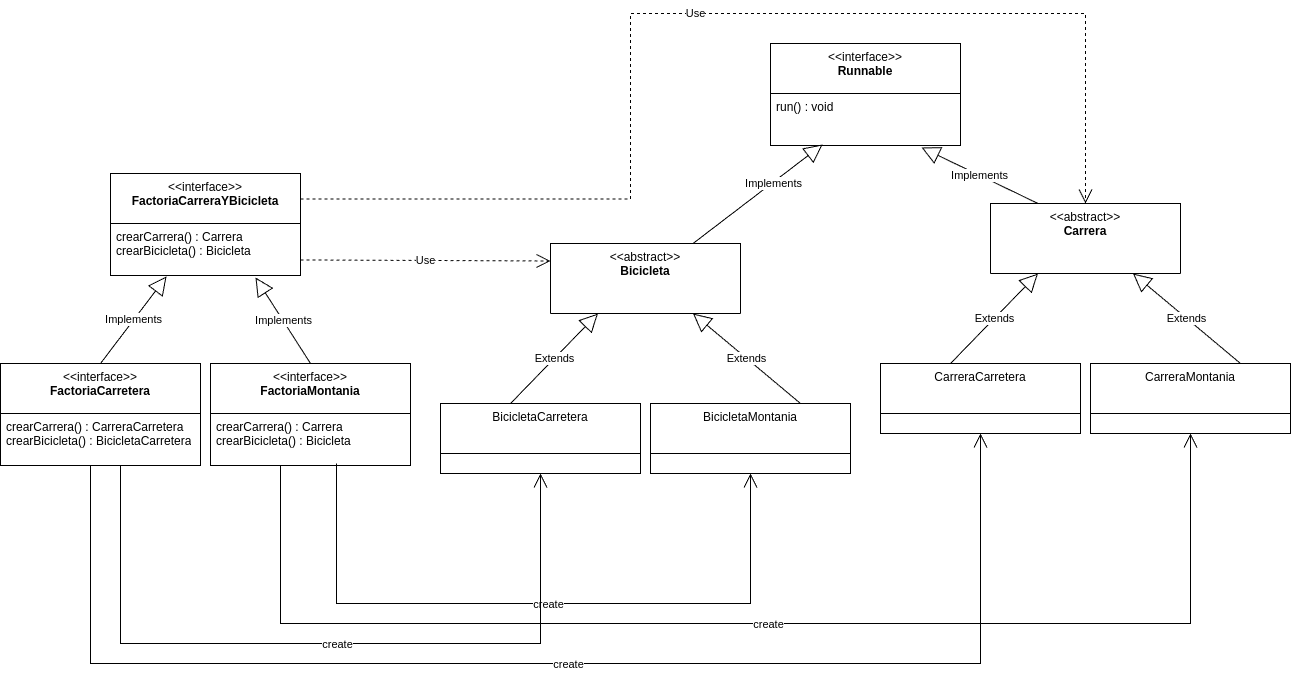
Before: PR1/img/ej1_con_hebras.png, a diagram exported from draw.io (JuanmiAcosta/Desarrollo_De_Software). Source tidied: cells renumbered, new cells last; positions are measured from the earlier drawing's top-left corner, leaving out a move shared by most shapes. Source of this version:
```xml
<mxGraphModel>
  <root>
    <mxCell id="0" />
    <mxCell id="1" parent="0" />
    <mxCell id="2" value="&lt;div&gt;&lt;span style=&quot;font-weight: normal;&quot;&gt;&amp;lt;&amp;lt;interface&amp;gt;&amp;gt;&lt;/span&gt;&lt;/div&gt;FactoriaCarreraYBicicleta" style="swimlane;fontStyle=1;align=center;verticalAlign=top;horizontal=1;startSize=50;whiteSpace=wrap;html=1;" parent="1" vertex="1">
      <mxGeometry x="110" y="160" width="190" height="102" as="geometry" />
    </mxCell>
    <mxCell id="3" value="crearCarrera() : Carrera&lt;div&gt;crearBicicleta() : Bicicleta&lt;/div&gt;" style="text;strokeColor=none;fillColor=none;align=left;verticalAlign=top;spacingLeft=4;spacingRight=4;overflow=hidden;points=[[0,0.5],[1,0.5]];portConstraint=eastwest;whiteSpace=wrap;html=1;" parent="2" vertex="1">
      <mxGeometry y="50" width="190" height="52" as="geometry" />
    </mxCell>
    <mxCell id="4" value="&lt;div&gt;&lt;span style=&quot;font-weight: normal;&quot;&gt;&amp;lt;&amp;lt;interface&amp;gt;&amp;gt;&lt;/span&gt;&lt;/div&gt;FactoriaCarretera" style="swimlane;fontStyle=1;align=center;verticalAlign=top;horizontal=1;startSize=50;whiteSpace=wrap;html=1;" parent="1" vertex="1">
      <mxGeometry y="350" width="200" height="102" as="geometry" />
    </mxCell>
    <mxCell id="5" value="crearCarrera() : CarreraCarretera&lt;div&gt;crearBicicleta() : BicicletaCarretera&lt;/div&gt;" style="text;strokeColor=none;fillColor=none;align=left;verticalAlign=top;spacingLeft=4;spacingRight=4;overflow=hidden;whiteSpace=wrap;html=1;" parent="4" vertex="1">
      <mxGeometry y="50" width="200" height="52" as="geometry" />
    </mxCell>
    <mxCell id="6" value="&lt;div&gt;&lt;span style=&quot;font-weight: normal;&quot;&gt;&amp;lt;&amp;lt;interface&amp;gt;&amp;gt;&lt;/span&gt;&lt;/div&gt;FactoriaMontania" style="swimlane;fontStyle=1;align=center;verticalAlign=top;horizontal=1;startSize=50;whiteSpace=wrap;html=1;" parent="1" vertex="1">
      <mxGeometry x="210" y="350" width="200" height="102" as="geometry" />
    </mxCell>
    <mxCell id="7" value="crearCarrera() : Carrera&lt;div&gt;crearBicicleta() : Bicicleta&lt;/div&gt;" style="text;strokeColor=none;fillColor=none;align=left;verticalAlign=top;spacingLeft=4;spacingRight=4;overflow=hidden;whiteSpace=wrap;html=1;" parent="6" vertex="1">
      <mxGeometry y="50" width="200" height="52" as="geometry" />
    </mxCell>
    <mxCell id="8" value="&lt;div&gt;&lt;span style=&quot;font-weight: normal;&quot;&gt;&amp;lt;&amp;lt;abstract&amp;gt;&amp;gt;&lt;/span&gt;&lt;/div&gt;&lt;div&gt;Bicicleta&lt;/div&gt;" style="swimlane;fontStyle=1;align=center;verticalAlign=top;horizontal=1;startSize=70;whiteSpace=wrap;html=1;" parent="1" vertex="1">
      <mxGeometry x="550" y="230" width="190" height="70" as="geometry" />
    </mxCell>
    <mxCell id="9" value="&lt;span style=&quot;font-weight: 400;&quot;&gt;BicicletaCarretera&lt;/span&gt;&lt;div&gt;&lt;/div&gt;" style="swimlane;fontStyle=1;align=center;verticalAlign=top;horizontal=1;startSize=50;whiteSpace=wrap;html=1;" parent="1" vertex="1">
      <mxGeometry x="440" y="390" width="200" height="70" as="geometry" />
    </mxCell>
    <mxCell id="10" value="&lt;span style=&quot;font-weight: 400;&quot;&gt;BicicletaMontania&lt;/span&gt;&lt;div&gt;&lt;/div&gt;" style="swimlane;fontStyle=1;align=center;verticalAlign=top;horizontal=1;startSize=50;whiteSpace=wrap;html=1;" parent="1" vertex="1">
      <mxGeometry x="650" y="390" width="200" height="70" as="geometry" />
    </mxCell>
    <mxCell id="11" value="Extends" style="endArrow=block;endSize=16;endFill=0;html=1;rounded=0;entryX=0.25;entryY=1;entryDx=0;entryDy=0;" parent="1" edge="1" target="8">
      <mxGeometry relative="1" as="geometry">
        <mxPoint x="510" y="390" as="sourcePoint" />
      </mxGeometry>
    </mxCell>
    <mxCell id="12" value="Extends" style="endArrow=block;endSize=16;endFill=0;html=1;rounded=0;entryX=0.75;entryY=1;entryDx=0;entryDy=0;exitX=0.75;exitY=0;exitDx=0;exitDy=0;" parent="1" edge="1" source="10" target="8">
      <mxGeometry relative="1" as="geometry" />
    </mxCell>
    <mxCell id="13" value="Implements" style="endArrow=block;endSize=16;endFill=0;html=1;rounded=0;exitX=0.5;exitY=0;exitDx=0;exitDy=0;entryX=0.295;entryY=1.019;entryDx=0;entryDy=0;entryPerimeter=0;" parent="1" edge="1" source="4" target="3">
      <mxGeometry relative="1" as="geometry" />
    </mxCell>
    <mxCell id="14" value="Implements" style="endArrow=block;endSize=16;endFill=0;html=1;rounded=0;entryX=0.763;entryY=1.038;entryDx=0;entryDy=0;exitX=0.5;exitY=0;exitDx=0;exitDy=0;entryPerimeter=0;" parent="1" edge="1" source="6" target="3">
      <mxGeometry relative="1" as="geometry" />
    </mxCell>
    <mxCell id="15" value="Use" style="endArrow=open;endSize=12;dashed=1;html=1;rounded=0;exitX=1;exitY=0.701;exitDx=0;exitDy=0;entryX=0;entryY=0.25;entryDx=0;entryDy=0;exitPerimeter=0;" parent="1" edge="1" source="3" target="8">
      <mxGeometry relative="1" as="geometry" />
    </mxCell>
    <mxCell id="16" value="&lt;div&gt;&lt;span style=&quot;font-weight: normal;&quot;&gt;&amp;lt;&amp;lt;abstract&amp;gt;&amp;gt;&lt;/span&gt;&lt;/div&gt;&lt;div&gt;Carrera&lt;/div&gt;" style="swimlane;fontStyle=1;align=center;verticalAlign=top;horizontal=1;startSize=70;whiteSpace=wrap;html=1;" parent="1" vertex="1">
      <mxGeometry x="990" y="190" width="190" height="70" as="geometry" />
    </mxCell>
    <mxCell id="17" value="&lt;span style=&quot;font-weight: 400;&quot;&gt;CarreraCarretera&lt;/span&gt;&lt;div&gt;&lt;/div&gt;" style="swimlane;fontStyle=1;align=center;verticalAlign=top;horizontal=1;startSize=50;whiteSpace=wrap;html=1;" parent="1" vertex="1">
      <mxGeometry x="880" y="350" width="200" height="70" as="geometry" />
    </mxCell>
    <mxCell id="18" value="&lt;span style=&quot;font-weight: 400;&quot;&gt;CarreraMontania&lt;/span&gt;&lt;div&gt;&lt;/div&gt;" style="swimlane;fontStyle=1;align=center;verticalAlign=top;horizontal=1;startSize=50;whiteSpace=wrap;html=1;" parent="1" vertex="1">
      <mxGeometry x="1090" y="350" width="200" height="70" as="geometry" />
    </mxCell>
    <mxCell id="19" value="Extends" style="endArrow=block;endSize=16;endFill=0;html=1;rounded=0;entryX=0.25;entryY=1;entryDx=0;entryDy=0;" parent="1" edge="1" target="16">
      <mxGeometry relative="1" as="geometry">
        <mxPoint x="950" y="350" as="sourcePoint" />
      </mxGeometry>
    </mxCell>
    <mxCell id="20" value="Extends" style="endArrow=block;endSize=16;endFill=0;html=1;rounded=0;entryX=0.75;entryY=1;entryDx=0;entryDy=0;exitX=0.75;exitY=0;exitDx=0;exitDy=0;" parent="1" edge="1" source="18" target="16">
      <mxGeometry relative="1" as="geometry" />
    </mxCell>
    <mxCell id="21" style="endArrow=open;endFill=1;endSize=12;html=1;rounded=0;entryX=0.5;entryY=1;entryDx=0;entryDy=0;edgeStyle=orthogonalEdgeStyle;" parent="1" edge="1" target="10">
      <mxGeometry relative="1" as="geometry">
        <mxPoint x="336" y="450" as="sourcePoint" />
        <Array as="points">
          <mxPoint x="336" y="590" />
          <mxPoint x="750" y="590" />
        </Array>
      </mxGeometry>
    </mxCell>
    <mxCell id="22" value="create" style="edgeLabel;html=1;align=center;verticalAlign=middle;" parent="21" vertex="1">
      <mxGeometry x="0.03" y="-1" relative="1" as="geometry">
        <mxPoint y="-1" as="offset" />
      </mxGeometry>
    </mxCell>
    <mxCell id="23" style="endArrow=open;endFill=1;endSize=12;html=1;rounded=0;exitX=0.63;exitY=1.058;exitDx=0;exitDy=0;exitPerimeter=0;edgeStyle=orthogonalEdgeStyle;entryX=0.5;entryY=1;entryDx=0;entryDy=0;" parent="1" edge="1" target="18">
      <mxGeometry relative="1" as="geometry">
        <mxPoint x="280" y="452" as="sourcePoint" />
        <Array as="points">
          <mxPoint x="280" y="610" />
          <mxPoint x="1190" y="610" />
        </Array>
      </mxGeometry>
    </mxCell>
    <mxCell id="24" value="create" style="edgeLabel;html=1;align=center;verticalAlign=middle;" parent="23" vertex="1">
      <mxGeometry x="0.03" y="-1" relative="1" as="geometry">
        <mxPoint y="-1" as="offset" />
      </mxGeometry>
    </mxCell>
    <mxCell id="25" style="endArrow=open;endFill=1;endSize=12;html=1;rounded=0;exitX=0.63;exitY=1.058;exitDx=0;exitDy=0;exitPerimeter=0;edgeStyle=orthogonalEdgeStyle;entryX=0.5;entryY=1;entryDx=0;entryDy=0;" parent="1" edge="1" target="9">
      <mxGeometry relative="1" as="geometry">
        <mxPoint x="120" y="452" as="sourcePoint" />
        <Array as="points">
          <mxPoint x="120" y="630" />
          <mxPoint x="540" y="630" />
        </Array>
      </mxGeometry>
    </mxCell>
    <mxCell id="26" value="create" style="edgeLabel;html=1;align=center;verticalAlign=middle;" parent="25" vertex="1">
      <mxGeometry x="0.03" y="-1" relative="1" as="geometry">
        <mxPoint y="-1" as="offset" />
      </mxGeometry>
    </mxCell>
    <mxCell id="27" style="endArrow=open;endFill=1;endSize=12;html=1;rounded=0;exitX=0.63;exitY=1.058;exitDx=0;exitDy=0;exitPerimeter=0;edgeStyle=orthogonalEdgeStyle;entryX=0.5;entryY=1;entryDx=0;entryDy=0;" parent="1" edge="1" target="17">
      <mxGeometry relative="1" as="geometry">
        <mxPoint x="90" y="452" as="sourcePoint" />
        <Array as="points">
          <mxPoint x="90" y="650" />
          <mxPoint x="980" y="650" />
        </Array>
      </mxGeometry>
    </mxCell>
    <mxCell id="28" value="create" style="edgeLabel;html=1;align=center;verticalAlign=middle;" parent="27" vertex="1">
      <mxGeometry x="0.03" y="-1" relative="1" as="geometry">
        <mxPoint y="-1" as="offset" />
      </mxGeometry>
    </mxCell>
    <mxCell id="29" value="Use" style="endArrow=open;endSize=12;dashed=1;html=1;rounded=0;exitX=1;exitY=0.25;exitDx=0;exitDy=0;entryX=0.5;entryY=0;entryDx=0;entryDy=0;edgeStyle=orthogonalEdgeStyle;" parent="1" edge="1" source="2" target="16">
      <mxGeometry relative="1" as="geometry">
        <Array as="points">
          <mxPoint x="630" y="186" />
          <mxPoint x="630" />
          <mxPoint x="1085" />
        </Array>
      </mxGeometry>
    </mxCell>
    <mxCell id="30" value="&lt;div&gt;&lt;span style=&quot;font-weight: normal;&quot;&gt;&amp;lt;&amp;lt;interface&amp;gt;&amp;gt;&lt;/span&gt;&lt;/div&gt;&lt;div&gt;Runnable&lt;/div&gt;" style="swimlane;fontStyle=1;align=center;verticalAlign=top;horizontal=1;startSize=50;whiteSpace=wrap;html=1;" parent="1" vertex="1">
      <mxGeometry x="770" y="30" width="190" height="102" as="geometry" />
    </mxCell>
    <mxCell id="31" value="run() : void" style="text;strokeColor=none;fillColor=none;align=left;verticalAlign=top;spacingLeft=4;spacingRight=4;overflow=hidden;points=[[0,0.5],[1,0.5]];portConstraint=eastwest;whiteSpace=wrap;html=1;" parent="30" vertex="1">
      <mxGeometry y="50" width="190" height="52" as="geometry" />
    </mxCell>
    <mxCell id="32" value="Implements" style="endArrow=block;endSize=16;endFill=0;html=1;rounded=0;entryX=0.274;entryY=0.981;entryDx=0;entryDy=0;exitX=0.75;exitY=0;exitDx=0;exitDy=0;entryPerimeter=0;" parent="1" edge="1" source="8" target="31">
      <mxGeometry x="0.22" y="-1" relative="1" as="geometry" />
    </mxCell>
    <mxCell id="33" value="Implements" style="endArrow=block;endSize=16;endFill=0;html=1;rounded=0;entryX=0.795;entryY=1.038;entryDx=0;entryDy=0;exitX=0.25;exitY=0;exitDx=0;exitDy=0;entryPerimeter=0;" parent="1" edge="1" source="16" target="31">
      <mxGeometry relative="1" as="geometry" />
    </mxCell>
  </root>
</mxGraphModel>
```
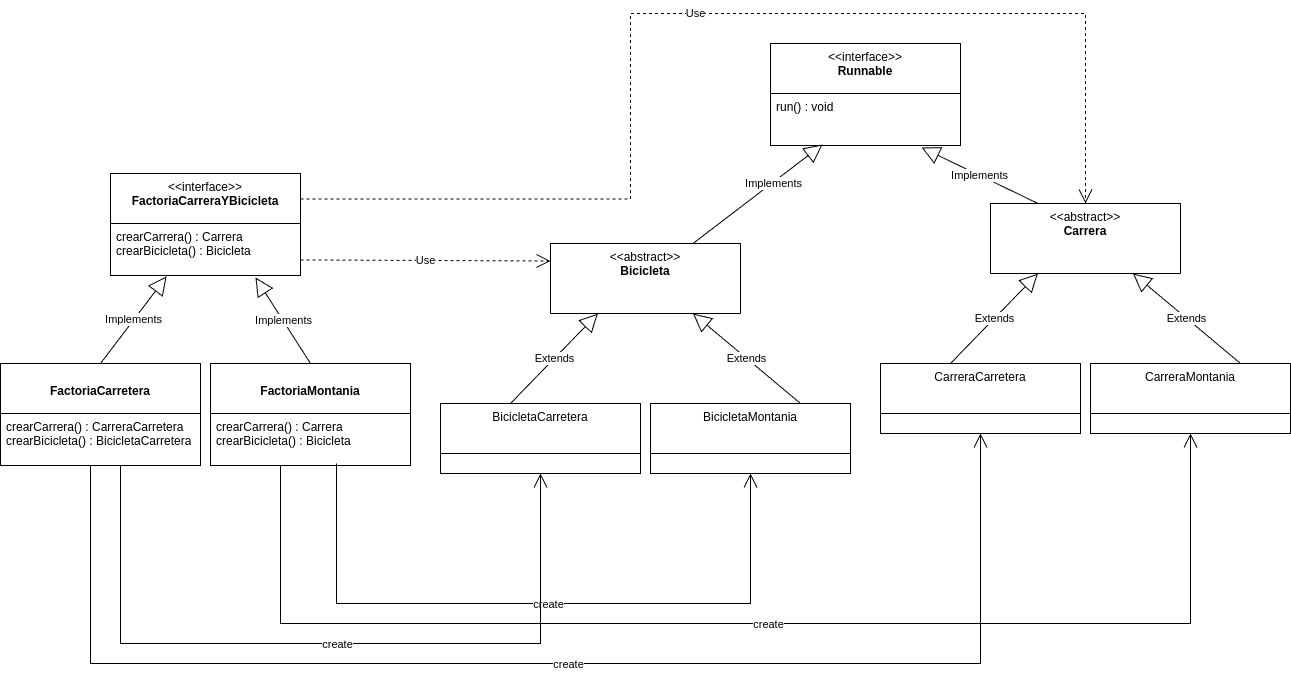
Later version of the same file.

The edit, as a diff of the source:
```diff
@@ -8,13 +8,13 @@
     <mxCell id="3" value="crearCarrera() : Carrera&lt;div&gt;crearBicicleta() : Bicicleta&lt;/div&gt;" style="text;strokeColor=none;fillColor=none;align=left;verticalAlign=top;spacingLeft=4;spacingRight=4;overflow=hidden;points=[[0,0.5],[1,0.5]];portConstraint=eastwest;whiteSpace=wrap;html=1;" parent="2" vertex="1">
       <mxGeometry y="50" width="190" height="52" as="geometry" />
     </mxCell>
-    <mxCell id="4" value="&lt;div&gt;&lt;span style=&quot;font-weight: normal;&quot;&gt;&amp;lt;&amp;lt;interface&amp;gt;&amp;gt;&lt;/span&gt;&lt;/div&gt;FactoriaCarretera" style="swimlane;fontStyle=1;align=center;verticalAlign=top;horizontal=1;startSize=50;whiteSpace=wrap;html=1;" parent="1" vertex="1">
+    <mxCell id="4" value="&lt;div&gt;&lt;br&gt;&lt;/div&gt;FactoriaCarretera" style="swimlane;fontStyle=1;align=center;verticalAlign=top;horizontal=1;startSize=50;whiteSpace=wrap;html=1;" parent="1" vertex="1">
       <mxGeometry y="350" width="200" height="102" as="geometry" />
     </mxCell>
     <mxCell id="5" value="crearCarrera() : CarreraCarretera&lt;div&gt;crearBicicleta() : BicicletaCarretera&lt;/div&gt;" style="text;strokeColor=none;fillColor=none;align=left;verticalAlign=top;spacingLeft=4;spacingRight=4;overflow=hidden;whiteSpace=wrap;html=1;" parent="4" vertex="1">
       <mxGeometry y="50" width="200" height="52" as="geometry" />
     </mxCell>
-    <mxCell id="6" value="&lt;div&gt;&lt;span style=&quot;font-weight: normal;&quot;&gt;&amp;lt;&amp;lt;interface&amp;gt;&amp;gt;&lt;/span&gt;&lt;/div&gt;FactoriaMontania" style="swimlane;fontStyle=1;align=center;verticalAlign=top;horizontal=1;startSize=50;whiteSpace=wrap;html=1;" parent="1" vertex="1">
+    <mxCell id="6" value="&lt;div&gt;&lt;br&gt;&lt;/div&gt;FactoriaMontania" style="swimlane;fontStyle=1;align=center;verticalAlign=top;horizontal=1;startSize=50;whiteSpace=wrap;html=1;" parent="1" vertex="1">
       <mxGeometry x="210" y="350" width="200" height="102" as="geometry" />
     </mxCell>
     <mxCell id="7" value="crearCarrera() : Carrera&lt;div&gt;crearBicicleta() : Bicicleta&lt;/div&gt;" style="text;strokeColor=none;fillColor=none;align=left;verticalAlign=top;spacingLeft=4;spacingRight=4;overflow=hidden;whiteSpace=wrap;html=1;" parent="6" vertex="1">
```
